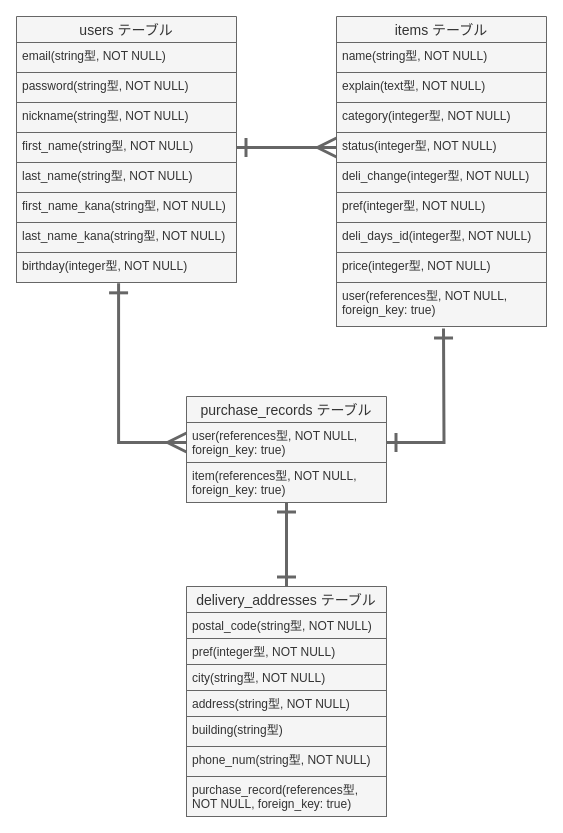
The draw.io diagram furima.dio in xiangma0531/furima-35533, before the edit. Source tidied: cells renumbered, new cells numbered last; positions are measured from the earlier drawing's top-left corner, leaving out a move shared by most shapes. Both pictures are drawn from the tidied source at 100%, with x=0, y=0 at pixel (16, 16).
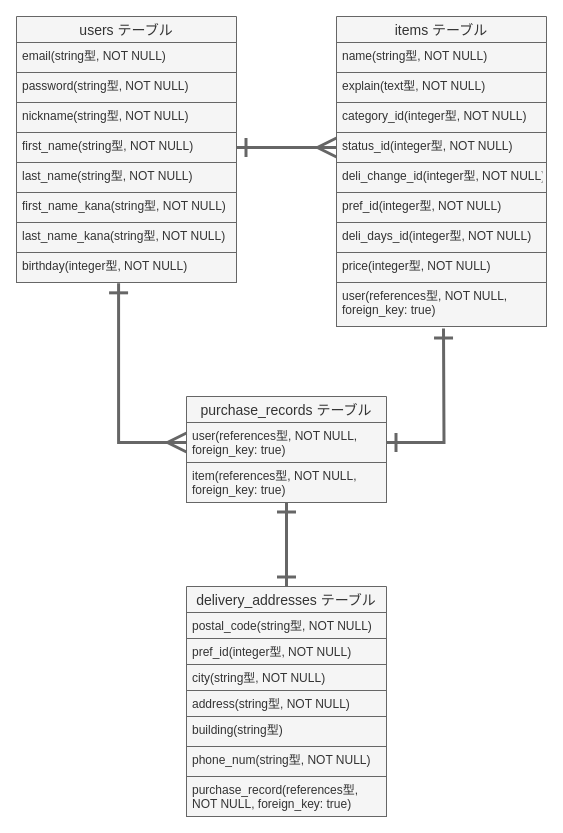
After the change.

Unchanged cells that the change refers to:
```xml
<mxCell id="11" value="items テーブル" style="swimlane;fontStyle=0;horizontal=1;startSize=26;align=center;fontSize=14;fillColor=#f5f5f5;strokeColor=#666666;fontColor=#333333;" parent="1" vertex="1">
  <mxGeometry x="320" width="210" height="266" as="geometry" />
</mxCell>
<mxCell id="27" value="delivery_addresses テーブル" style="swimlane;fontStyle=0;horizontal=1;startSize=26;align=center;fontSize=14;fillColor=#f5f5f5;strokeColor=#666666;fontColor=#333333;" parent="1" vertex="1">
  <mxGeometry x="170" y="570" width="200" height="230" as="geometry" />
</mxCell>
```

The edit, as a diff of the source:
```diff
@@
-    <mxCell id="14" value="category(integer型, NOT NULL)" style="text;strokeColor=#666666;fillColor=#f5f5f5;spacingLeft=4;spacingRight=4;overflow=hidden;fontSize=12;fontColor=#333333;" parent="11" vertex="1">
+    <mxCell id="14" value="category_id(integer型, NOT NULL)" style="text;strokeColor=#666666;fillColor=#f5f5f5;spacingLeft=4;spacingRight=4;overflow=hidden;fontSize=12;fontColor=#333333;" parent="11" vertex="1">
       <mxGeometry y="86" width="210" height="30" as="geometry" />
     </mxCell>
-    <mxCell id="15" value="status(integer型, NOT NULL)" style="text;strokeColor=#666666;fillColor=#f5f5f5;spacingLeft=4;spacingRight=4;overflow=hidden;points=[[0,0.5],[1,0.5]];portConstraint=eastwest;fontSize=12;fontColor=#333333;" parent="11" vertex="1">
+    <mxCell id="15" value="status_id(integer型, NOT NULL)" style="text;strokeColor=#666666;fillColor=#f5f5f5;spacingLeft=4;spacingRight=4;overflow=hidden;points=[[0,0.5],[1,0.5]];portConstraint=eastwest;fontSize=12;fontColor=#333333;" parent="11" vertex="1">
       <mxGeometry y="116" width="210" height="30" as="geometry" />
     </mxCell>
-    <mxCell id="16" value="deli_change(integer型, NOT NULL)" style="text;strokeColor=#666666;fillColor=#f5f5f5;spacingLeft=4;spacingRight=4;overflow=hidden;fontSize=12;fontColor=#333333;" parent="11" vertex="1">
+    <mxCell id="16" value="deli_change_id(integer型, NOT NULL)" style="text;strokeColor=#666666;fillColor=#f5f5f5;spacingLeft=4;spacingRight=4;overflow=hidden;fontSize=12;fontColor=#333333;" parent="11" vertex="1">
       <mxGeometry y="146" width="210" height="30" as="geometry" />
     </mxCell>
-    <mxCell id="17" value="pref(integer型, NOT NULL)" style="text;strokeColor=#666666;fillColor=#f5f5f5;spacingLeft=4;spacingRight=4;overflow=hidden;fontSize=12;fontColor=#333333;" parent="11" vertex="1">
+    <mxCell id="17" value="pref_id(integer型, NOT NULL)" style="text;strokeColor=#666666;fillColor=#f5f5f5;spacingLeft=4;spacingRight=4;overflow=hidden;fontSize=12;fontColor=#333333;" parent="11" vertex="1">
       <mxGeometry y="176" width="210" height="30" as="geometry" />
     </mxCell>
@@
-    <mxCell id="29" value="pref(integer型, NOT NULL)" style="text;strokeColor=#666666;fillColor=#f5f5f5;spacingLeft=4;spacingRight=4;overflow=hidden;fontSize=12;fontColor=#333333;" parent="27" vertex="1">
+    <mxCell id="29" value="pref_id(integer型, NOT NULL)" style="text;strokeColor=#666666;fillColor=#f5f5f5;spacingLeft=4;spacingRight=4;overflow=hidden;fontSize=12;fontColor=#333333;" parent="27" vertex="1">
       <mxGeometry y="52" width="200" height="26" as="geometry" />
     </mxCell>
```
